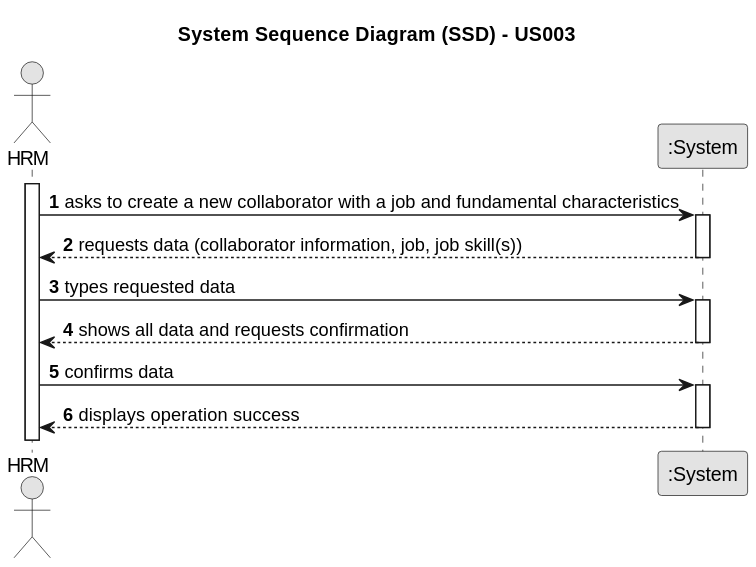
This is docs/sprintB/us003/01.requirements-engineering/svg/us003-system-sequence-diagram-alternative-one.svg from ricardomm7/leaflink, a PlantUML export, as it was before one commit. Its diagram source:
```plantuml
@startuml
skinparam monochrome true
skinparam packageStyle rectangle
skinparam shadowing false

title System Sequence Diagram (SSD) - US003

autonumber

actor "HRM" as HRM
participant ":System" as System

activate HRM

    HRM -> System : asks to create a new collaborator with a job and fundamental characteristics
    activate System

        System --> HRM : requests data (collaborator information, job, job skill(s))
    deactivate System

    HRM -> System : types requested data
    activate System

        System --> HRM : shows all data and requests confirmation
    deactivate System

    HRM -> System : confirms data
    activate System

        System --> HRM : displays operation success
    deactivate System
@enduml
```
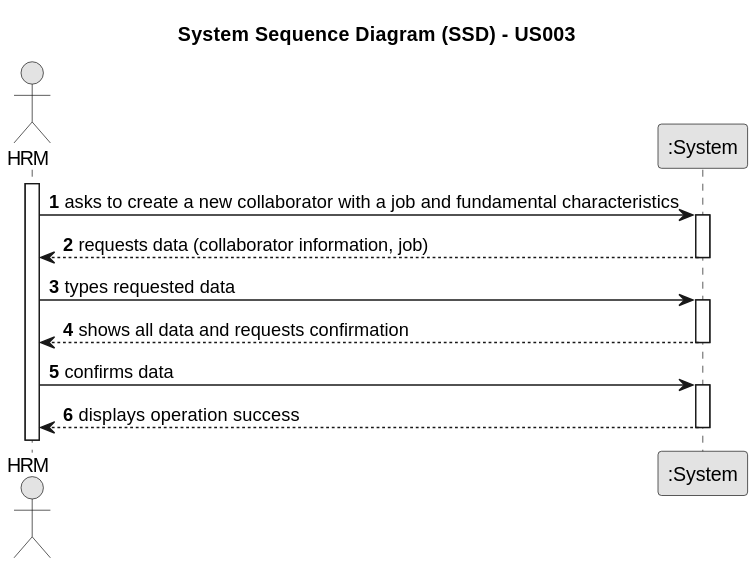
After the commit.

Change to the diagram source:
```diff
@@ -15,7 +15,7 @@
     HRM -> System : asks to create a new collaborator with a job and fundamental characteristics
     activate System
 
-        System --> HRM : requests data (collaborator information, job, job skill(s))
+        System --> HRM : requests data (collaborator information, job)
     deactivate System
 
     HRM -> System : types requested data
```
